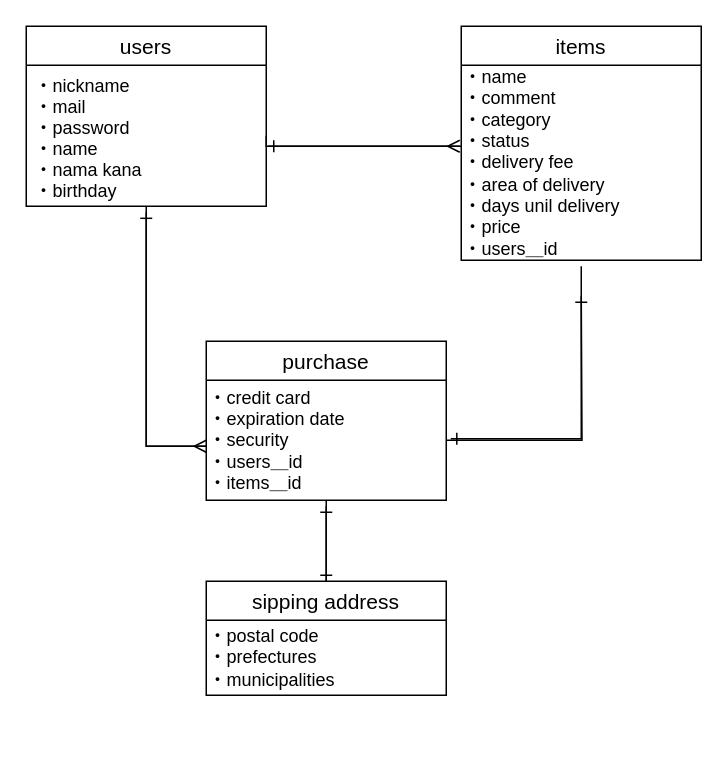
Earlier version of the draw.io diagram .dio (Fujinodaiki/furima-29225). Source tidied: cells renumbered, new cells numbered last; positions are measured from the earlier drawing's top-left corner, leaving out a move shared by most shapes. Both pictures are drawn from the tidied source at 150%, with x=0, y=0 at pixel (26, 26).
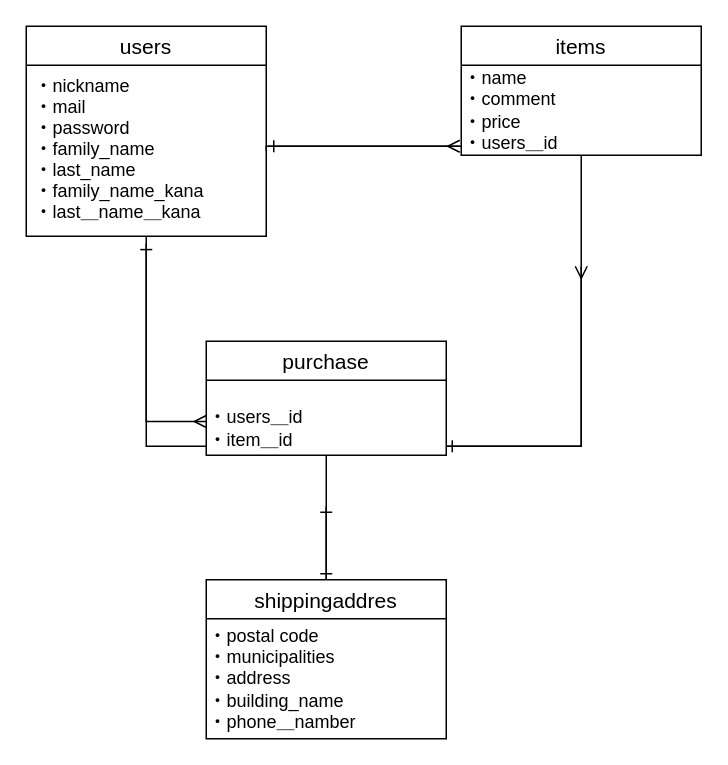
After the change.

Change to the diagram source:
```diff
@@
     <mxCell id="3" value="users" style="swimlane;fontStyle=0;horizontal=1;startSize=26;align=center;fontSize=14;" parent="1" vertex="1">
-      <mxGeometry width="160" height="120" as="geometry" />
+      <mxGeometry width="160" height="140" as="geometry" />
     </mxCell>
-    <mxCell id="4" value="・nickname&#10;・mail&#10;・password&#10;・name&#10;・nama kana&#10;・birthday&#10;&#10;" style="text;strokeColor=none;fillColor=none;spacingLeft=4;spacingRight=4;overflow=hidden;points=[[0,0.5],[1,0.5]];portConstraint=eastwest;fontSize=12;" parent="3" vertex="1">
-      <mxGeometry y="26" width="160" height="94" as="geometry" />
+    <mxCell id="4" value="・nickname&#10;・mail&#10;・password&#10;・family_name&#10;・last_name&#10;・family_name_kana&#10;・last＿name＿kana&#10;&#10;" style="text;strokeColor=none;fillColor=none;spacingLeft=4;spacingRight=4;overflow=hidden;points=[[0,0.5],[1,0.5]];portConstraint=eastwest;fontSize=12;" parent="3" vertex="1">
+      <mxGeometry y="26" width="160" height="114" as="geometry" />
     </mxCell>
     <mxCell id="5" value="items" style="swimlane;fontStyle=0;horizontal=1;startSize=26;align=center;fontSize=14;" parent="1" vertex="1">
-      <mxGeometry x="290" width="160" height="156" as="geometry" />
+      <mxGeometry x="290" width="160" height="86" as="geometry" />
     </mxCell>
-    <mxCell id="6" value="・name&lt;br&gt;・comment&lt;br&gt;・category&lt;br&gt;・status&lt;br&gt;・delivery fee&lt;br&gt;・area of delivery&lt;br&gt;・days unil delivery&lt;br&gt;・price&lt;br&gt;・users＿id" style="text;html=1;align=left;verticalAlign=middle;points=[];" parent="5" vertex="1">
-      <mxGeometry y="26" width="160" height="130" as="geometry" />
+    <mxCell id="6" value="・name&lt;br&gt;・comment&lt;br&gt;・price&lt;br&gt;・users＿id" style="text;html=1;align=left;verticalAlign=middle;points=[];" parent="5" vertex="1">
+      <mxGeometry y="26" width="160" height="60" as="geometry" />
     </mxCell>
@@
     <mxCell id="8" value="purchase" style="swimlane;fontStyle=0;horizontal=1;startSize=26;align=center;fontSize=14;" parent="1" vertex="1">
-      <mxGeometry x="120" y="210" width="160" height="106" as="geometry" />
+      <mxGeometry x="120" y="210" width="160" height="76" as="geometry" />
     </mxCell>
-    <mxCell id="9" value="・credit card&lt;br&gt;・expiration date&lt;br&gt;・security&lt;br&gt;・users＿id&lt;br&gt;・items＿id" style="text;html=1;align=left;verticalAlign=middle;points=[];" parent="8" vertex="1">
-      <mxGeometry y="26" width="160" height="80" as="geometry" />
+    <mxCell id="9" value="&lt;br&gt;・users＿id&lt;br&gt;・item＿id" style="text;html=1;align=left;verticalAlign=middle;points=[];" parent="8" vertex="1">
+      <mxGeometry y="26" width="160" height="50" as="geometry" />
     </mxCell>
@@
-    <mxCell id="11" value="sipping address" style="swimlane;fontStyle=0;horizontal=1;startSize=26;align=center;fontSize=14;" parent="1" vertex="1">
-      <mxGeometry x="120" y="370" width="160" height="76" as="geometry" />
+    <mxCell id="11" value="shippingaddres" style="swimlane;fontStyle=0;horizontal=1;startSize=26;align=center;fontSize=14;" parent="1" vertex="1">
+      <mxGeometry x="120" y="369" width="160" height="106" as="geometry" />
     </mxCell>
-    <mxCell id="12" value="・postal code&lt;br&gt;・prefectures&lt;br&gt;・municipalities&lt;br&gt;" style="text;html=1;align=left;verticalAlign=middle;" parent="11" vertex="1">
-      <mxGeometry y="26" width="160" height="50" as="geometry" />
+    <mxCell id="12" value="・postal code&lt;br&gt;・municipalities&lt;br&gt;・address&lt;br&gt;・building_name&lt;br&gt;・phone＿namber" style="text;html=1;align=left;verticalAlign=middle;" parent="11" vertex="1">
+      <mxGeometry y="26" width="160" height="80" as="geometry" />
     </mxCell>
-    <mxCell id="13" style="edgeStyle=orthogonalEdgeStyle;rounded=0;jettySize=auto;html=1;endArrow=ERone;endFill=0;" parent="1" edge="1" source="9">
+    <mxCell id="13" style="edgeStyle=orthogonalEdgeStyle;rounded=0;jettySize=auto;html=1;endArrow=ERmany;endFill=0;" parent="1" edge="1" source="9">
       <mxGeometry relative="1" as="geometry">
-        <mxPoint x="370" y="180" as="targetPoint" />
+        <mxPoint x="370" y="160" as="targetPoint" />
+        <Array as="points">
+          <mxPoint x="370" y="280" />
+        </Array>
       </mxGeometry>
     </mxCell>
-    <mxCell id="14" style="edgeStyle=orthogonalEdgeStyle;rounded=0;jettySize=auto;html=1;entryX=1.019;entryY=0.488;entryDx=0;entryDy=0;entryPerimeter=0;endArrow=ERone;endFill=0;" parent="1" edge="1" target="9">
-      <mxGeometry relative="1" as="geometry">
-        <mxPoint x="370" y="160" as="sourcePoint" />
-        <Array as="points">
-          <mxPoint x="370" y="275" />
-        </Array>
-      </mxGeometry>
-    </mxCell>
@@
+    <mxCell id="18" style="edgeStyle=orthogonalEdgeStyle;rounded=0;jettySize=auto;html=1;endArrow=ERone;endFill=0;" parent="1" edge="1" source="6">
+      <mxGeometry relative="1" as="geometry">
+        <mxPoint x="280" y="280" as="targetPoint" />
+        <Array as="points">
+          <mxPoint x="370" y="280" />
+        </Array>
+      </mxGeometry>
+    </mxCell>
```
